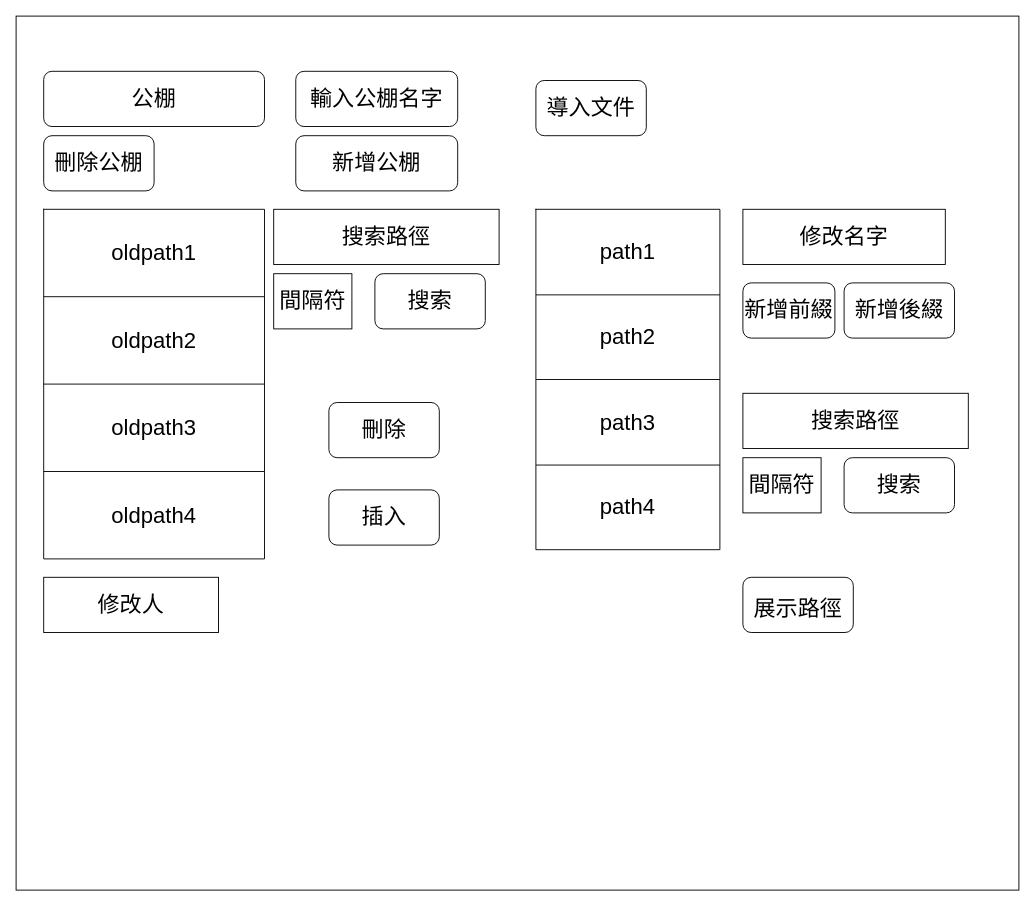
The draw.io diagram page "page_dbmanage" (2 of 4) of nfz_web_ui_design.drawio in pengzhen80/PigeonRace, before the edit. Source tidied: cells renumbered, new cells numbered last; positions are measured from the earlier drawing's top-left corner, leaving out a move shared by most shapes. Both pictures are drawn from the tidied source at 92%, with x=0, y=0 at pixel (16, 16).
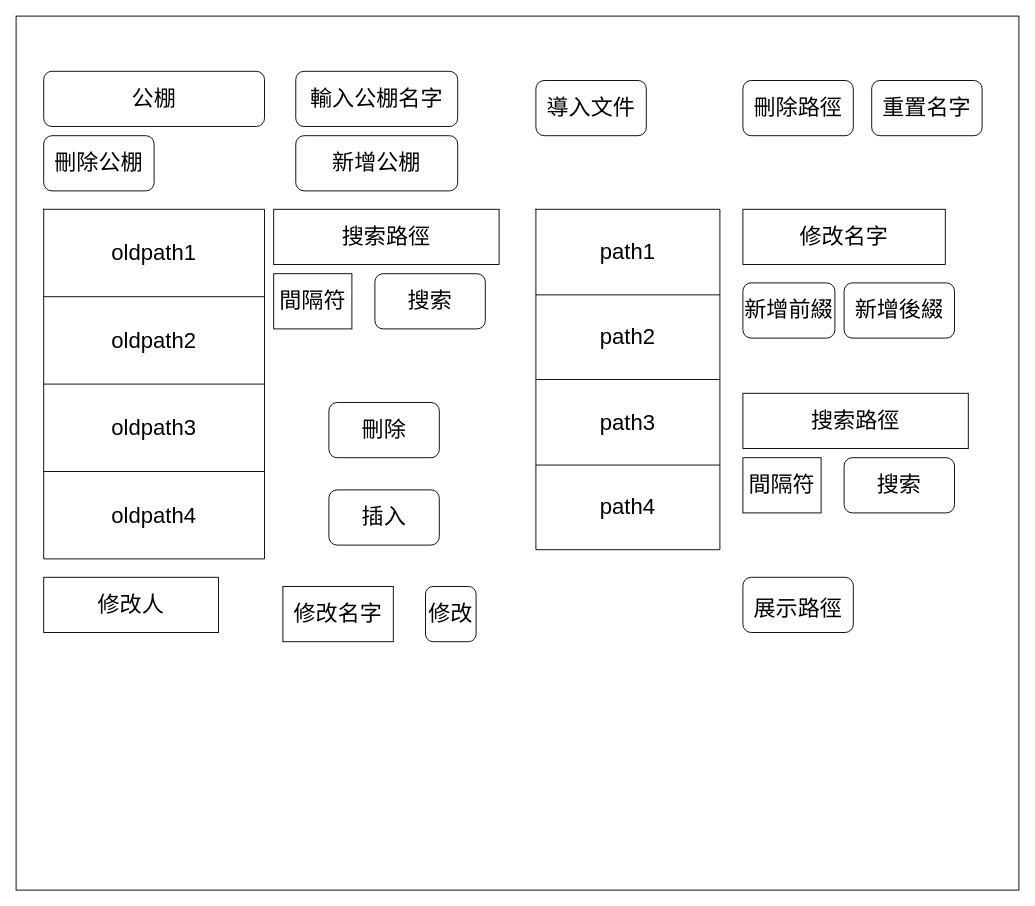
The same page after the edit.

What changed in the source:
```diff
@@
+    <mxCell id="39" value="&lt;font style=&quot;font-size: 24px;&quot;&gt;刪除路徑&lt;/font&gt;" style="rounded=1;whiteSpace=wrap;html=1;" parent="1" vertex="1">
+      <mxGeometry x="790" y="70" width="120" height="60" as="geometry" />
+    </mxCell>
+    <mxCell id="40" value="重置名字" style="rounded=1;whiteSpace=wrap;html=1;fontSize=24;" parent="1" vertex="1">
+      <mxGeometry x="930" y="70" width="120" height="60" as="geometry" />
+    </mxCell>
+    <mxCell id="41" value="修改名字" style="rounded=0;whiteSpace=wrap;html=1;fontSize=24;" parent="1" vertex="1">
+      <mxGeometry x="290" y="620" width="120" height="60" as="geometry" />
+    </mxCell>
+    <mxCell id="42" value="修改" style="rounded=1;whiteSpace=wrap;html=1;fontSize=24;" parent="1" vertex="1">
+      <mxGeometry x="445" y="620" width="55" height="60" as="geometry" />
+    </mxCell>
```
